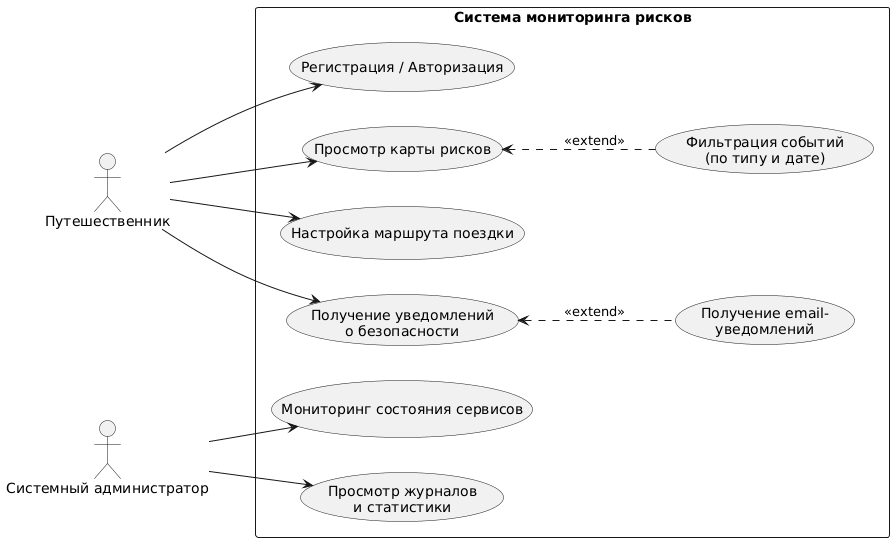
The PlantUML diagram report/picture/diagramm/use_case_diagramm.png in kovvvalskii/diploma-report, before a commit.
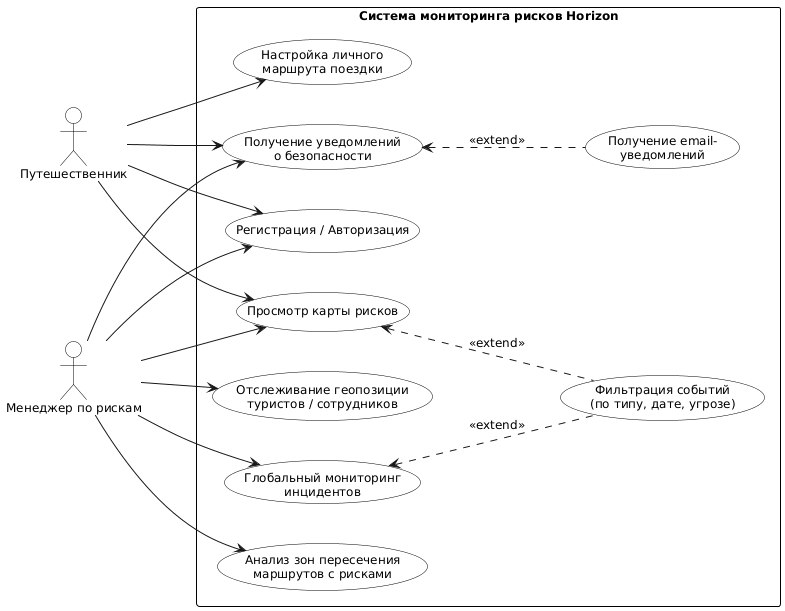
After the change.

What changed in the source:
```diff
@@ -1,30 +1,56 @@
 @startuml use_case_diagramm
 left to right direction
 
+skinparam monochrome true
+skinparam shadowing false
+skinparam defaultFontName "Verdana"
+skinparam defaultFontSize 12
+
+skinparam UsecaseBackgroundColor white
+skinparam ActorBackgroundColor white
+skinparam RectangleBackgroundColor white
+
+skinparam UsecaseBorderColor black
+skinparam ActorBorderColor black
+skinparam RectangleBorderColor black
+
+skinparam nodesep 40
+skinparam ranksep 70
+
 actor "Путешественник" as User
-actor "Системный администратор" as Admin
+actor "Менеджер по рискам" as TRM
 
-rectangle "Система мониторинга рисков" {
-    usecase "Регистрация / Авторизация" as UC5
-    usecase "Просмотр карты рисков" as UC1
-    usecase "Фильтрация событий\n(по типу и дате)" as UC2
-    usecase "Настройка маршрута поездки" as UC3
-    usecase "Получение уведомлений\nо безопасности" as UC4
-    usecase "Получение email-\nуведомлений" as UC9
+rectangle "Система мониторинга рисков Horizon" {
 
-    usecase "Мониторинг состояния сервисов" as UC7
-    usecase "Просмотр журналов\nи статистики" as UC8
+    usecase "Регистрация / Авторизация" as UC_Auth
+    usecase "Просмотр карты рисков" as UC_Map
+    usecase "Получение уведомлений\nо безопасности" as UC_Notify
+    usecase "Получение email-\nуведомлений" as UC_Email
+    usecase "Фильтрация событий\n(по типу, дате, угрозе)" as UC_Filter
+
+    usecase "Настройка личного\nмаршрута поездки" as UC_Route
+
+    usecase "Отслеживание геопозиции\nтуристов / сотрудников" as UC_TrackUsers
+    usecase "Глобальный мониторинг\nинцидентов" as UC_GlobalEvents
+    usecase "Анализ зон пересечения\nмаршрутов с рисками" as UC_AnalyzeRoutes
+
 }
 
-User --> UC5
-User --> UC1
-User --> UC3
-User --> UC4
+User --> UC_Route
+User --> UC_Auth
+User --> UC_Map
+User --> UC_Notify
 
-Admin --> UC7
-Admin --> UC8
+TRM --> UC_Auth
+TRM --> UC_Map
+TRM --> UC_Notify
+TRM --> UC_TrackUsers
+TRM --> UC_GlobalEvents
+TRM --> UC_AnalyzeRoutes
 
-UC4 <.. UC9 : <<extend>>
-UC1 <.. UC2 : <<extend>>
+
+UC_Notify <.. UC_Email : <<extend>>
+UC_Map <.. UC_Filter : <<extend>>
+UC_GlobalEvents <.. UC_Filter : <<extend>>
 
 @enduml
```
